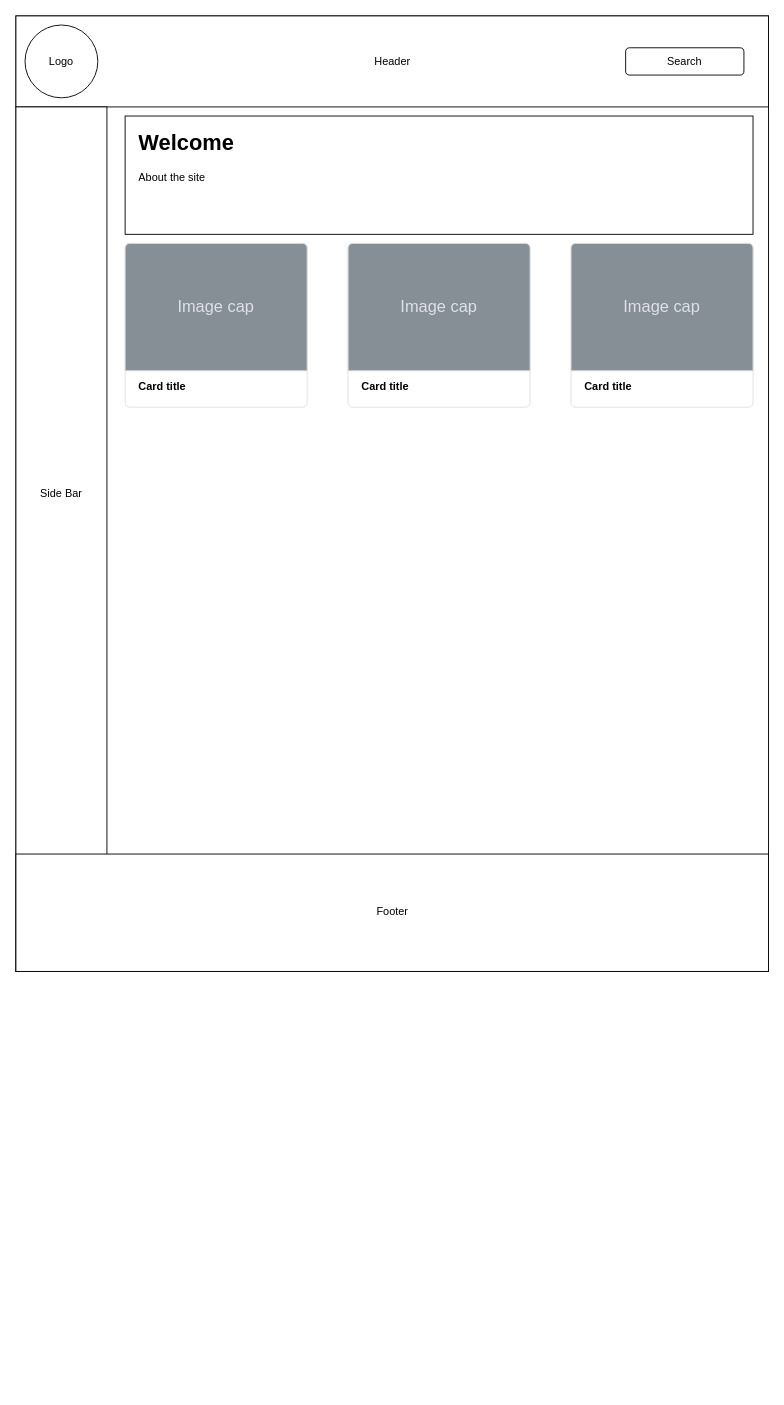
This is homepage.drawio from R-Saunders/bootstrap-practice, a draw.io file, before an edit. Source tidied: cells renumbered, new cells numbered last; positions are measured from the earlier drawing's top-left corner, leaving out a move shared by most shapes. Both pictures are drawn from the tidied source at 91%, with x=0, y=0 at pixel (15, 15).
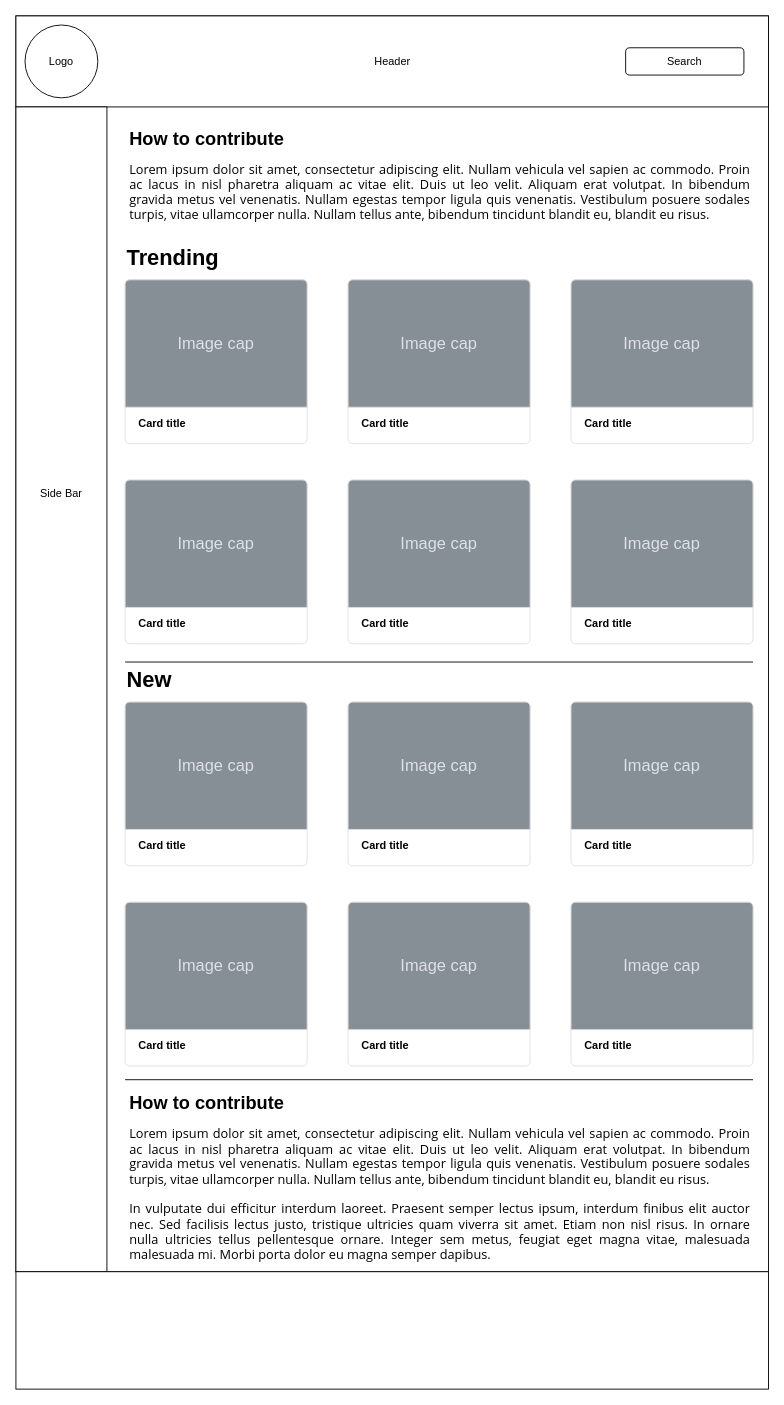
The same diagram, later.

The edit, as a diff of the source:
```diff
@@
     <mxCell id="2" style="rounded=0;whiteSpace=wrap;html=1;" parent="1" vertex="1">
-      <mxGeometry width="827" height="1050" as="geometry" />
+      <mxGeometry width="827" height="1380" as="geometry" />
     </mxCell>
@@
     <mxCell id="9" style="rounded=0;whiteSpace=wrap;html=1;" parent="1" vertex="1">
-      <mxGeometry y="100" width="100" height="950" as="geometry" />
+      <mxGeometry y="100" width="100" height="1280" as="geometry" />
     </mxCell>
@@
     <mxCell id="11" style="rounded=0;whiteSpace=wrap;html=1;" parent="1" vertex="1">
-      <mxGeometry y="921" width="827" height="129" as="geometry" />
+      <mxGeometry y="1380" width="827" height="129" as="geometry" />
     </mxCell>
@@
-    <mxCell id="13" style="rounded=0;whiteSpace=wrap;html=1;" parent="1" vertex="1">
-      <mxGeometry x="120" y="110" width="690" height="130" as="geometry" />
-    </mxCell>
-    <mxCell id="14" value="&lt;h1&gt;Welcome&lt;/h1&gt;&lt;p&gt;About the site&lt;/p&gt;" style="text;html=1;strokeColor=none;fillColor=none;spacing=5;spacingTop=-20;whiteSpace=wrap;overflow=hidden;rounded=0;" parent="1" vertex="1">
-      <mxGeometry x="130" y="120" width="670" height="110" as="geometry" />
-    </mxCell>
     <mxCell id="15" value="&lt;b style=&quot;font-size: 12px;&quot;&gt;&lt;font style=&quot;font-size: 12px;&quot;&gt;Card title&lt;/font&gt;&lt;/b&gt;" style="html=1;shadow=0;dashed=0;shape=mxgraph.bootstrap.rrect;rSize=5;strokeColor=#DFDFDF;html=1;whiteSpace=wrap;fillColor=#ffffff;fontColor=#000000;verticalAlign=bottom;align=left;spacing=15;spacingBottom=0;fontSize=12;" parent="1" vertex="1">
-      <mxGeometry x="120" y="250" width="200" height="180" as="geometry" />
+      <mxGeometry x="120" y="290" width="200" height="180" as="geometry" />
     </mxCell>
@@
     <mxCell id="17" value="&lt;b style=&quot;font-size: 12px;&quot;&gt;&lt;font style=&quot;font-size: 12px;&quot;&gt;Card title&lt;/font&gt;&lt;/b&gt;" style="html=1;shadow=0;dashed=0;shape=mxgraph.bootstrap.rrect;rSize=5;strokeColor=#DFDFDF;html=1;whiteSpace=wrap;fillColor=#ffffff;fontColor=#000000;verticalAlign=bottom;align=left;spacing=15;spacingBottom=0;fontSize=12;" parent="1" vertex="1">
-      <mxGeometry x="365" y="250" width="200" height="180" as="geometry" />
+      <mxGeometry x="365" y="290" width="200" height="180" as="geometry" />
     </mxCell>
@@
     <mxCell id="19" value="&lt;b style=&quot;font-size: 12px;&quot;&gt;&lt;font style=&quot;font-size: 12px;&quot;&gt;Card title&lt;/font&gt;&lt;/b&gt;" style="html=1;shadow=0;dashed=0;shape=mxgraph.bootstrap.rrect;rSize=5;strokeColor=#DFDFDF;html=1;whiteSpace=wrap;fillColor=#ffffff;fontColor=#000000;verticalAlign=bottom;align=left;spacing=15;spacingBottom=0;fontSize=12;" parent="1" vertex="1">
-      <mxGeometry x="610" y="250" width="200" height="180" as="geometry" />
+      <mxGeometry x="610" y="290" width="200" height="180" as="geometry" />
     </mxCell>
@@
+    <mxCell id="21" value="Trending" style="text;strokeColor=none;fillColor=none;html=1;fontSize=24;fontStyle=1;verticalAlign=middle;align=left;" parent="1" vertex="1">
+      <mxGeometry x="120" y="246" width="100" height="40" as="geometry" />
+    </mxCell>
+    <mxCell id="22" value="&lt;b style=&quot;font-size: 12px;&quot;&gt;&lt;font style=&quot;font-size: 12px;&quot;&gt;Card title&lt;/font&gt;&lt;/b&gt;" style="html=1;shadow=0;dashed=0;shape=mxgraph.bootstrap.rrect;rSize=5;strokeColor=#DFDFDF;html=1;whiteSpace=wrap;fillColor=#ffffff;fontColor=#000000;verticalAlign=bottom;align=left;spacing=15;spacingBottom=0;fontSize=12;" parent="1" vertex="1">
+      <mxGeometry x="120" y="510" width="200" height="180" as="geometry" />
+    </mxCell>
+    <mxCell id="23" value="Image cap" style="html=1;shadow=0;dashed=0;shape=mxgraph.bootstrap.topButton;rSize=5;perimeter=none;whiteSpace=wrap;fillColor=#868E96;strokeColor=#DFDFDF;fontColor=#DEE2E6;fontSize=18;" parent="22" vertex="1">
+      <mxGeometry width="200" height="140" relative="1" as="geometry" />
+    </mxCell>
+    <mxCell id="24" value="&lt;b style=&quot;font-size: 12px;&quot;&gt;&lt;font style=&quot;font-size: 12px;&quot;&gt;Card title&lt;/font&gt;&lt;/b&gt;" style="html=1;shadow=0;dashed=0;shape=mxgraph.bootstrap.rrect;rSize=5;strokeColor=#DFDFDF;html=1;whiteSpace=wrap;fillColor=#ffffff;fontColor=#000000;verticalAlign=bottom;align=left;spacing=15;spacingBottom=0;fontSize=12;" parent="1" vertex="1">
+      <mxGeometry x="365" y="510" width="200" height="180" as="geometry" />
+    </mxCell>
+    <mxCell id="25" value="Image cap" style="html=1;shadow=0;dashed=0;shape=mxgraph.bootstrap.topButton;rSize=5;perimeter=none;whiteSpace=wrap;fillColor=#868E96;strokeColor=#DFDFDF;fontColor=#DEE2E6;fontSize=18;" parent="24" vertex="1">
+      <mxGeometry width="200" height="140" relative="1" as="geometry" />
+    </mxCell>
+    <mxCell id="26" value="&lt;b style=&quot;font-size: 12px;&quot;&gt;&lt;font style=&quot;font-size: 12px;&quot;&gt;Card title&lt;/font&gt;&lt;/b&gt;" style="html=1;shadow=0;dashed=0;shape=mxgraph.bootstrap.rrect;rSize=5;strokeColor=#DFDFDF;html=1;whiteSpace=wrap;fillColor=#ffffff;fontColor=#000000;verticalAlign=bottom;align=left;spacing=15;spacingBottom=0;fontSize=12;" parent="1" vertex="1">
+      <mxGeometry x="610" y="510" width="200" height="180" as="geometry" />
+    </mxCell>
+    <mxCell id="27" value="Image cap" style="html=1;shadow=0;dashed=0;shape=mxgraph.bootstrap.topButton;rSize=5;perimeter=none;whiteSpace=wrap;fillColor=#868E96;strokeColor=#DFDFDF;fontColor=#DEE2E6;fontSize=18;" parent="26" vertex="1">
+      <mxGeometry width="200" height="140" relative="1" as="geometry" />
+    </mxCell>
+    <mxCell id="28" value="&lt;b style=&quot;font-size: 12px;&quot;&gt;&lt;font style=&quot;font-size: 12px;&quot;&gt;Card title&lt;/font&gt;&lt;/b&gt;" style="html=1;shadow=0;dashed=0;shape=mxgraph.bootstrap.rrect;rSize=5;strokeColor=#DFDFDF;html=1;whiteSpace=wrap;fillColor=#ffffff;fontColor=#000000;verticalAlign=bottom;align=left;spacing=15;spacingBottom=0;fontSize=12;" parent="1" vertex="1">
+      <mxGeometry x="120" y="754" width="200" height="180" as="geometry" />
+    </mxCell>
+    <mxCell id="29" value="Image cap" style="html=1;shadow=0;dashed=0;shape=mxgraph.bootstrap.topButton;rSize=5;perimeter=none;whiteSpace=wrap;fillColor=#868E96;strokeColor=#DFDFDF;fontColor=#DEE2E6;fontSize=18;" parent="28" vertex="1">
+      <mxGeometry width="200" height="140" relative="1" as="geometry" />
+    </mxCell>
+    <mxCell id="30" value="&lt;b style=&quot;font-size: 12px;&quot;&gt;&lt;font style=&quot;font-size: 12px;&quot;&gt;Card title&lt;/font&gt;&lt;/b&gt;" style="html=1;shadow=0;dashed=0;shape=mxgraph.bootstrap.rrect;rSize=5;strokeColor=#DFDFDF;html=1;whiteSpace=wrap;fillColor=#ffffff;fontColor=#000000;verticalAlign=bottom;align=left;spacing=15;spacingBottom=0;fontSize=12;" parent="1" vertex="1">
+      <mxGeometry x="365" y="754" width="200" height="180" as="geometry" />
+    </mxCell>
+    <mxCell id="31" value="Image cap" style="html=1;shadow=0;dashed=0;shape=mxgraph.bootstrap.topButton;rSize=5;perimeter=none;whiteSpace=wrap;fillColor=#868E96;strokeColor=#DFDFDF;fontColor=#DEE2E6;fontSize=18;" parent="30" vertex="1">
+      <mxGeometry width="200" height="140" relative="1" as="geometry" />
+    </mxCell>
+    <mxCell id="32" value="&lt;b style=&quot;font-size: 12px;&quot;&gt;&lt;font style=&quot;font-size: 12px;&quot;&gt;Card title&lt;/font&gt;&lt;/b&gt;" style="html=1;shadow=0;dashed=0;shape=mxgraph.bootstrap.rrect;rSize=5;strokeColor=#DFDFDF;html=1;whiteSpace=wrap;fillColor=#ffffff;fontColor=#000000;verticalAlign=bottom;align=left;spacing=15;spacingBottom=0;fontSize=12;" parent="1" vertex="1">
+      <mxGeometry x="610" y="754" width="200" height="180" as="geometry" />
+    </mxCell>
+    <mxCell id="33" value="Image cap" style="html=1;shadow=0;dashed=0;shape=mxgraph.bootstrap.topButton;rSize=5;perimeter=none;whiteSpace=wrap;fillColor=#868E96;strokeColor=#DFDFDF;fontColor=#DEE2E6;fontSize=18;" parent="32" vertex="1">
+      <mxGeometry width="200" height="140" relative="1" as="geometry" />
+    </mxCell>
+    <mxCell id="34" value="New" style="text;strokeColor=none;fillColor=none;html=1;fontSize=24;fontStyle=1;verticalAlign=middle;align=left;" parent="1" vertex="1">
+      <mxGeometry x="120" y="710" width="100" height="40" as="geometry" />
+    </mxCell>
+    <mxCell id="35" value="&lt;b style=&quot;font-size: 12px;&quot;&gt;&lt;font style=&quot;font-size: 12px;&quot;&gt;Card title&lt;/font&gt;&lt;/b&gt;" style="html=1;shadow=0;dashed=0;shape=mxgraph.bootstrap.rrect;rSize=5;strokeColor=#DFDFDF;html=1;whiteSpace=wrap;fillColor=#ffffff;fontColor=#000000;verticalAlign=bottom;align=left;spacing=15;spacingBottom=0;fontSize=12;" parent="1" vertex="1">
+      <mxGeometry x="120" y="974" width="200" height="180" as="geometry" />
+    </mxCell>
+    <mxCell id="36" value="Image cap" style="html=1;shadow=0;dashed=0;shape=mxgraph.bootstrap.topButton;rSize=5;perimeter=none;whiteSpace=wrap;fillColor=#868E96;strokeColor=#DFDFDF;fontColor=#DEE2E6;fontSize=18;" parent="35" vertex="1">
+      <mxGeometry width="200" height="140" relative="1" as="geometry" />
+    </mxCell>
+    <mxCell id="37" value="&lt;b style=&quot;font-size: 12px;&quot;&gt;&lt;font style=&quot;font-size: 12px;&quot;&gt;Card title&lt;/font&gt;&lt;/b&gt;" style="html=1;shadow=0;dashed=0;shape=mxgraph.bootstrap.rrect;rSize=5;strokeColor=#DFDFDF;html=1;whiteSpace=wrap;fillColor=#ffffff;fontColor=#000000;verticalAlign=bottom;align=left;spacing=15;spacingBottom=0;fontSize=12;" parent="1" vertex="1">
+      <mxGeometry x="365" y="974" width="200" height="180" as="geometry" />
+    </mxCell>
+    <mxCell id="38" value="Image cap" style="html=1;shadow=0;dashed=0;shape=mxgraph.bootstrap.topButton;rSize=5;perimeter=none;whiteSpace=wrap;fillColor=#868E96;strokeColor=#DFDFDF;fontColor=#DEE2E6;fontSize=18;" parent="37" vertex="1">
+      <mxGeometry width="200" height="140" relative="1" as="geometry" />
+    </mxCell>
+    <mxCell id="39" value="&lt;b style=&quot;font-size: 12px;&quot;&gt;&lt;font style=&quot;font-size: 12px;&quot;&gt;Card title&lt;/font&gt;&lt;/b&gt;" style="html=1;shadow=0;dashed=0;shape=mxgraph.bootstrap.rrect;rSize=5;strokeColor=#DFDFDF;html=1;whiteSpace=wrap;fillColor=#ffffff;fontColor=#000000;verticalAlign=bottom;align=left;spacing=15;spacingBottom=0;fontSize=12;" parent="1" vertex="1">
+      <mxGeometry x="610" y="974" width="200" height="180" as="geometry" />
+    </mxCell>
+    <mxCell id="40" value="Image cap" style="html=1;shadow=0;dashed=0;shape=mxgraph.bootstrap.topButton;rSize=5;perimeter=none;whiteSpace=wrap;fillColor=#868E96;strokeColor=#DFDFDF;fontColor=#DEE2E6;fontSize=18;" parent="39" vertex="1">
+      <mxGeometry width="200" height="140" relative="1" as="geometry" />
+    </mxCell>
+    <mxCell id="41" value="&lt;h1&gt;How to contribute&lt;/h1&gt;&lt;p style=&quot;margin: 0px 0px 15px; padding: 0px; text-align: justify; font-family: &amp;quot;Open Sans&amp;quot;, Arial, sans-serif; font-size: 14px; background-color: rgb(255, 255, 255);&quot;&gt;Lorem ipsum dolor sit amet, consectetur adipiscing elit. Nullam vehicula vel sapien ac commodo. Proin ac lacus in nisl pharetra aliquam ac vitae elit. Duis ut leo velit. Aliquam erat volutpat. In bibendum gravida metus vel venenatis. Nullam egestas tempor ligula quis venenatis. Vestibulum posuere sodales turpis, vitae ullamcorper nulla. Nullam tellus ante, bibendum tincidunt blandit eu, blandit eu risus.&lt;/p&gt;&lt;p style=&quot;margin: 0px 0px 15px; padding: 0px; text-align: justify; font-family: &amp;quot;Open Sans&amp;quot;, Arial, sans-serif; font-size: 14px; background-color: rgb(255, 255, 255);&quot;&gt;In vulputate dui efficitur interdum laoreet. Praesent semper lectus ipsum, interdum finibus elit auctor nec. Sed facilisis lectus justo, tristique ultricies quam viverra sit amet. Etiam non nisl risus. In ornare nulla ultricies tellus pellentesque ornare. Integer sem metus, feugiat eget magna vitae, malesuada malesuada mi. Morbi porta dolor eu magna semper dapibus.&lt;/p&gt;" style="text;html=1;strokeColor=none;fillColor=none;spacing=5;spacingTop=-20;whiteSpace=wrap;overflow=hidden;rounded=0;fontSize=10;" parent="1" vertex="1">
+      <mxGeometry x="120" y="1180" width="690" height="191" as="geometry" />
+    </mxCell>
+    <mxCell id="42" style="endArrow=none;html=1;rounded=0;fontSize=10;entryX=1;entryY=0;entryDx=0;entryDy=0;exitX=0;exitY=0;exitDx=0;exitDy=0;" parent="1" edge="1">
+      <mxGeometry relative="1" as="geometry">
+        <mxPoint x="120" y="1169" as="sourcePoint" />
+        <mxPoint x="810" y="1169" as="targetPoint" />
+      </mxGeometry>
+    </mxCell>
+    <mxCell id="43" style="endArrow=none;html=1;rounded=0;fontSize=10;entryX=1;entryY=0;entryDx=0;entryDy=0;exitX=0;exitY=0;exitDx=0;exitDy=0;" parent="1" edge="1">
+      <mxGeometry relative="1" as="geometry">
+        <mxPoint x="120" y="710" as="sourcePoint" />
+        <mxPoint x="810" y="710" as="targetPoint" />
+      </mxGeometry>
+    </mxCell>
+    <mxCell id="44" value="&lt;h1&gt;How to contribute&lt;/h1&gt;&lt;p style=&quot;margin: 0px 0px 15px; padding: 0px; text-align: justify; font-family: &amp;quot;Open Sans&amp;quot;, Arial, sans-serif; font-size: 14px; background-color: rgb(255, 255, 255);&quot;&gt;Lorem ipsum dolor sit amet, consectetur adipiscing elit. Nullam vehicula vel sapien ac commodo. Proin ac lacus in nisl pharetra aliquam ac vitae elit. Duis ut leo velit. Aliquam erat volutpat. In bibendum gravida metus vel venenatis. Nullam egestas tempor ligula quis venenatis. Vestibulum posuere sodales turpis, vitae ullamcorper nulla. Nullam tellus ante, bibendum tincidunt blandit eu, blandit eu risus.&lt;/p&gt;" style="text;html=1;strokeColor=none;fillColor=none;spacing=5;spacingTop=-20;whiteSpace=wrap;overflow=hidden;rounded=0;fontSize=10;" parent="1" vertex="1">
+      <mxGeometry x="120" y="120" width="690" height="120" as="geometry" />
+    </mxCell>
```
